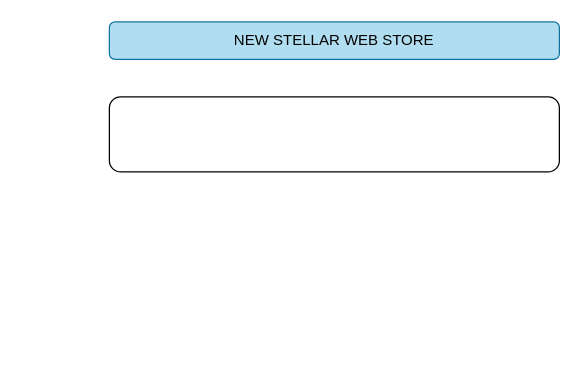
This is Diagrama sin título.drawio from raoole20/Books-3, a draw.io file, before an edit. Source tidied: cells renumbered, new cells numbered last; positions are measured from the earlier drawing's top-left corner, leaving out a move shared by most shapes. Both pictures are drawn from the tidied source at 125%, with x=0, y=0 at pixel (109, 21). Pictures stored in the file or linked from it are replaced by grey dashed boxes.
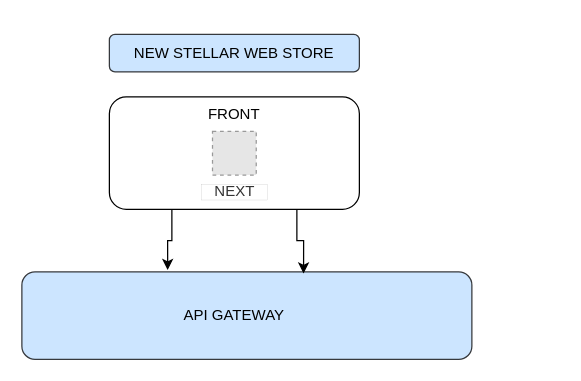
The same diagram, later.

Commit message:
NEW STELLAR WEB STORE

Diff of the diagram source:
```diff
@@
 <mxGraphModel>
   <root>
     <mxCell id="0" />
     <mxCell id="1" parent="0" />
-    <mxCell id="2" value="NEW STELLAR WEB STORE" style="rounded=1;whiteSpace=wrap;html=1;fillColor=#b1ddf0;strokeColor=#10739e;" parent="1" vertex="1">
-      <mxGeometry width="360" height="30" as="geometry" />
+    <mxCell id="2" value="NEW STELLAR WEB STORE" style="rounded=1;whiteSpace=wrap;html=1;fillColor=#cce5ff;strokeColor=#36393d;" parent="1" vertex="1">
+      <mxGeometry y="10" width="200" height="30" as="geometry" />
     </mxCell>
-    <mxCell id="3" style="rounded=1;whiteSpace=wrap;html=1;" parent="1" vertex="1">
-      <mxGeometry y="60" width="360" height="60" as="geometry" />
+    <mxCell id="3" value="FRONT" style="rounded=1;whiteSpace=wrap;html=1;verticalAlign=top;" parent="1" vertex="1">
+      <mxGeometry y="60" width="200" height="90" as="geometry" />
     </mxCell>
+    <mxCell id="4" style="fillColor=#E6E6E6;strokeColor=#999999;dashed=1;verticalLabelPosition=bottom;labelBackgroundColor=default;verticalAlign=top;" parent="1" vertex="1">
+      <mxGeometry x="82.5" y="87.5" width="35" height="35" as="geometry" />
+    </mxCell>
+    <mxCell id="5" value="NEXT" style="rounded=0;whiteSpace=wrap;html=1;fillColor=none;fontColor=#333333;strokeColor=#666666;strokeWidth=0;" parent="1" vertex="1">
+      <mxGeometry x="73.8" y="130" width="52.5" height="12.5" as="geometry" />
+    </mxCell>
+    <mxCell id="6" style="rounded=1;whiteSpace=wrap;html=1;fillColor=#cce5ff;strokeColor=#36393d;" parent="1" vertex="1">
+      <mxGeometry x="-70" y="200" width="360" height="70" as="geometry" />
+    </mxCell>
+    <mxCell id="7" style="edgeStyle=orthogonalEdgeStyle;rounded=0;jettySize=auto;html=1;exitX=0.25;exitY=1;exitDx=0;exitDy=0;entryX=0.324;entryY=-0.02;entryDx=0;entryDy=0;entryPerimeter=0;" parent="1" edge="1" source="3" target="6">
+      <mxGeometry relative="1" as="geometry" />
+    </mxCell>
+    <mxCell id="8" value="API GATEWAY" style="rounded=0;whiteSpace=wrap;html=1;strokeWidth=0;strokeColor=none;fillColor=none;" parent="1" vertex="1">
+      <mxGeometry x="40" y="220" width="120" height="30" as="geometry" />
+    </mxCell>
+    <mxCell id="9" style="edgeStyle=orthogonalEdgeStyle;rounded=0;jettySize=auto;html=1;exitX=0.75;exitY=1;exitDx=0;exitDy=0;entryX=0.626;entryY=0.02;entryDx=0;entryDy=0;entryPerimeter=0;" parent="1" edge="1" source="3" target="6">
+      <mxGeometry relative="1" as="geometry" />
+    </mxCell>
   </root>
 </mxGraphModel>
```
